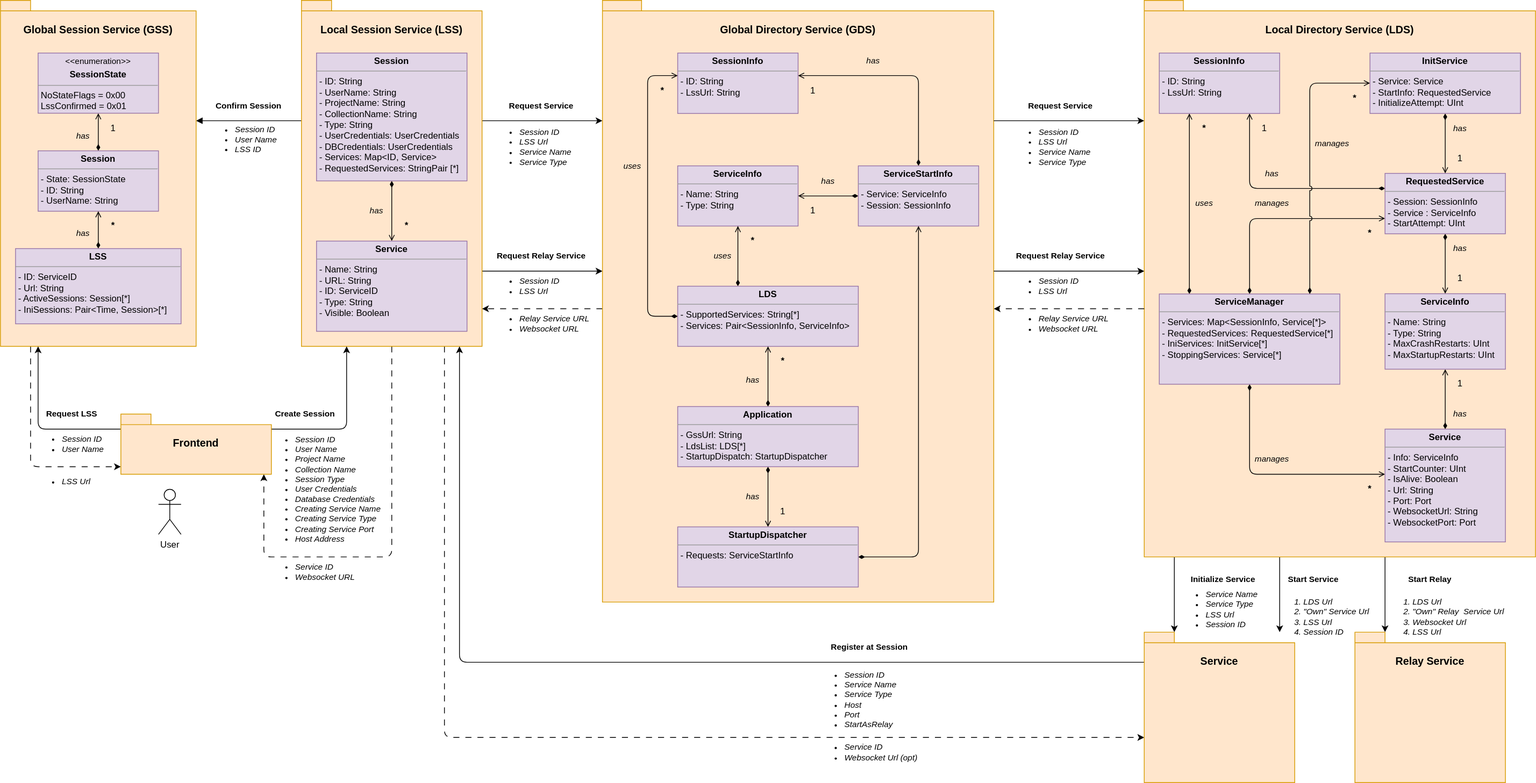
Earlier version of the draw.io export Documentation/Developer/general_concepts/images/service_information_overview.svg (OT-OpenTwin/OpenTwin). Source tidied: cells renumbered, new cells last; positions are measured from the earlier drawing's top-left corner, leaving out a move shared by most shapes.
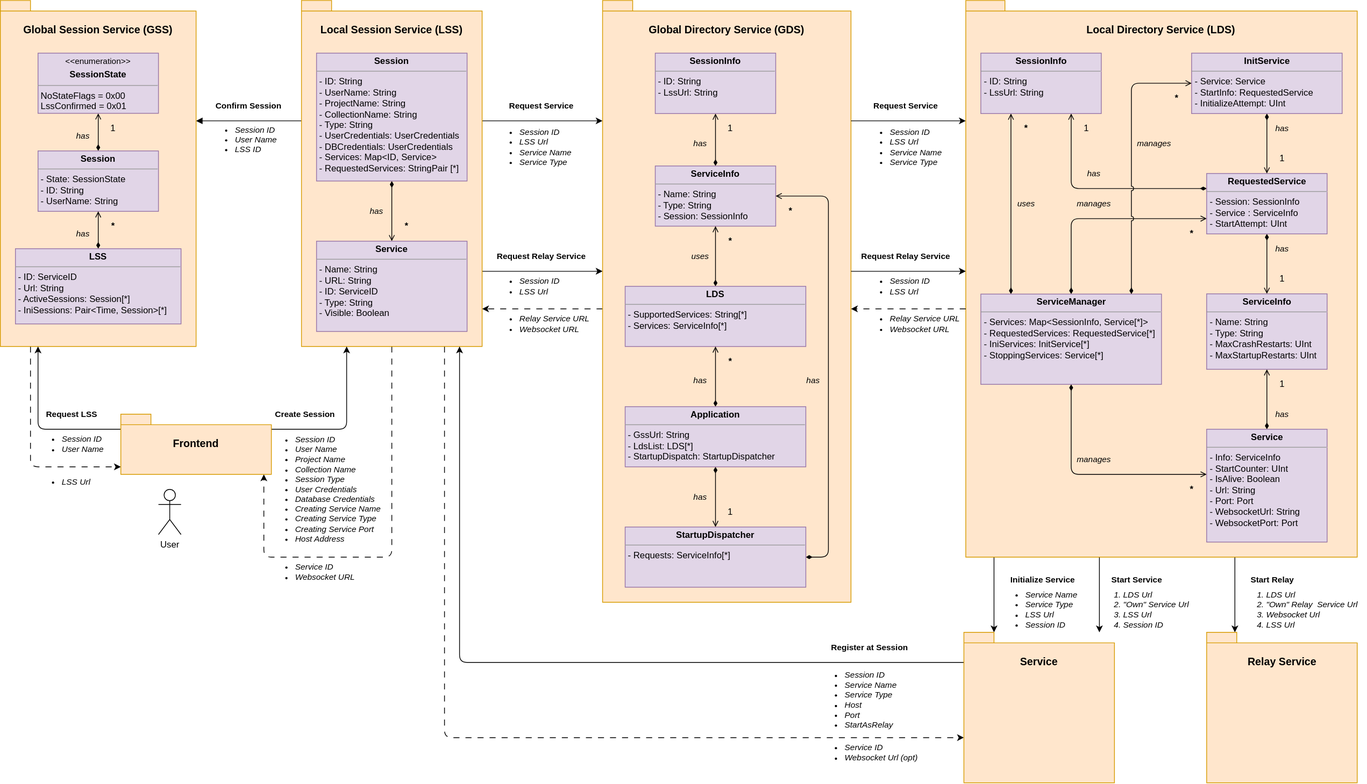
Above is the later version.

The edit, as a diff of the source:
```diff
@@ -64,4 +64,4 @@
         <Array as="points">
-          <mxPoint x="1840" y="790" />
-          <mxPoint x="1840" y="790" />
+          <mxPoint x="1640" y="780" />
+          <mxPoint x="1640" y="780" />
         </Array>
@@ -72,4 +72,4 @@
         <Array as="points">
-          <mxPoint x="1700" y="790" />
-          <mxPoint x="1700" y="790" />
+          <mxPoint x="1460" y="790" />
+          <mxPoint x="1460" y="790" />
         </Array>
@@ -80,4 +80,4 @@
         <Array as="points">
-          <mxPoint x="1560" y="760" />
-          <mxPoint x="1560" y="760" />
+          <mxPoint x="1320" y="810" />
+          <mxPoint x="1320" y="810" />
         </Array>
@@ -86,3 +86,3 @@
     <mxCell id="16" value="&lt;h3&gt;Local Directory Service (LDS)&lt;/h3&gt;" style="shape=folder;fontStyle=1;spacingTop=10;tabWidth=40;tabHeight=14;tabPosition=left;html=1;whiteSpace=wrap;fillColor=#ffe6cc;strokeColor=#d79b00;align=center;verticalAlign=top;" parent="1" vertex="1">
-      <mxGeometry x="1520" width="520" height="740" as="geometry" />
+      <mxGeometry x="1282.5" width="520" height="740" as="geometry" />
     </mxCell>
@@ -245,23 +245,13 @@
     <mxCell id="59" value="&lt;h3&gt;Global Directory Service (GDS)&lt;/h3&gt;" style="shape=folder;fontStyle=1;spacingTop=10;tabWidth=40;tabHeight=14;tabPosition=left;html=1;whiteSpace=wrap;fillColor=#ffe6cc;strokeColor=#d79b00;align=center;verticalAlign=top;" parent="1" vertex="1">
-      <mxGeometry x="800" width="520" height="800" as="geometry" />
+      <mxGeometry x="800" width="330" height="800" as="geometry" />
     </mxCell>
+    <mxCell id="122" style="edgeStyle=orthogonalEdgeStyle;rounded=0;jettySize=auto;html=1;endArrow=open;endFill=0;startArrow=diamondThin;startFill=1;" parent="59" edge="1" source="60" target="61">
+      <mxGeometry relative="1" as="geometry" />
+    </mxCell>
-    <mxCell id="60" value="&lt;p style=&quot;margin:0px;margin-top:4px;text-align:center;&quot;&gt;&lt;b&gt;ServiceInfo&lt;/b&gt;&lt;/p&gt;&lt;hr size=&quot;1&quot;&gt;&lt;p style=&quot;margin:0px;margin-left:4px;&quot;&gt;- Name: String&lt;/p&gt;&lt;p style=&quot;margin:0px;margin-left:4px;&quot;&gt;- Type: String&lt;/p&gt;" style="verticalAlign=top;align=left;overflow=fill;fontSize=12;fontFamily=Helvetica;html=1;fillColor=#e1d5e7;strokeColor=#9673a6;" parent="59" vertex="1">
-      <mxGeometry x="100" y="220" width="160" height="80" as="geometry" />
+    <mxCell id="60" value="&lt;p style=&quot;margin:0px;margin-top:4px;text-align:center;&quot;&gt;&lt;b&gt;ServiceInfo&lt;/b&gt;&lt;/p&gt;&lt;hr size=&quot;1&quot;&gt;&lt;p style=&quot;margin:0px;margin-left:4px;&quot;&gt;- Name: String&lt;/p&gt;&lt;p style=&quot;margin:0px;margin-left:4px;&quot;&gt;- Type: String&lt;/p&gt;&lt;p style=&quot;margin:0px;margin-left:4px;&quot;&gt;- Session: SessionInfo&lt;/p&gt;" style="verticalAlign=top;align=left;overflow=fill;fontSize=12;fontFamily=Helvetica;html=1;fillColor=#e1d5e7;strokeColor=#9673a6;" parent="59" vertex="1">
+      <mxGeometry x="70" y="220" width="160" height="80" as="geometry" />
     </mxCell>
     <mxCell id="61" value="&lt;p style=&quot;margin:0px;margin-top:4px;text-align:center;&quot;&gt;&lt;b&gt;SessionInfo&lt;/b&gt;&lt;/p&gt;&lt;hr size=&quot;1&quot;&gt;&lt;p style=&quot;margin:0px;margin-left:4px;&quot;&gt;- ID: String&lt;/p&gt;&lt;p style=&quot;margin:0px;margin-left:4px;&quot;&gt;- Lss&lt;span style=&quot;background-color: transparent; color: light-dark(rgb(0, 0, 0), rgb(255, 255, 255));&quot;&gt;Url: String&lt;/span&gt;&lt;/p&gt;" style="verticalAlign=top;align=left;overflow=fill;fontSize=12;fontFamily=Helvetica;html=1;fillColor=#e1d5e7;strokeColor=#9673a6;" parent="59" vertex="1">
-      <mxGeometry x="100" y="70" width="160" height="80.3" as="geometry" />
+      <mxGeometry x="70" y="70" width="160" height="80.3" as="geometry" />
     </mxCell>
-    <mxCell id="62" style="edgeStyle=orthogonalEdgeStyle;rounded=1;jettySize=auto;html=1;curved=0;endArrow=open;endFill=0;startArrow=diamondThin;startFill=1;" parent="59" edge="1" source="64" target="61">
-      <mxGeometry relative="1" as="geometry">
-        <Array as="points">
-          <mxPoint x="420" y="100" />
-        </Array>
-      </mxGeometry>
-    </mxCell>
-    <mxCell id="63" style="edgeStyle=orthogonalEdgeStyle;rounded=0;jettySize=auto;html=1;endArrow=open;endFill=0;startArrow=diamondThin;startFill=1;" parent="59" edge="1" source="64" target="60">
-      <mxGeometry relative="1" as="geometry" />
-    </mxCell>
-    <mxCell id="64" value="&lt;p style=&quot;margin:0px;margin-top:4px;text-align:center;&quot;&gt;&lt;b&gt;ServiceStartInfo&lt;/b&gt;&lt;/p&gt;&lt;hr size=&quot;1&quot;&gt;&lt;p style=&quot;margin:0px;margin-left:4px;&quot;&gt;- Service: ServiceInfo&lt;/p&gt;&lt;p style=&quot;margin:0px;margin-left:4px;&quot;&gt;- Session: SessionInfo&lt;/p&gt;" style="verticalAlign=top;align=left;overflow=fill;fontSize=12;fontFamily=Helvetica;html=1;fillColor=#e1d5e7;strokeColor=#9673a6;" parent="59" vertex="1">
-      <mxGeometry x="340" y="220" width="160" height="80" as="geometry" />
-    </mxCell>
     <mxCell id="65" style="edgeStyle=orthogonalEdgeStyle;rounded=0;jettySize=auto;html=1;endArrow=open;endFill=0;startArrow=diamondThin;startFill=1;" parent="59" edge="1" source="67" target="60">
@@ -269,4 +259,4 @@
         <Array as="points">
-          <mxPoint x="180" y="360" />
-          <mxPoint x="180" y="360" />
+          <mxPoint x="150" y="340" />
+          <mxPoint x="150" y="340" />
         </Array>
@@ -274,12 +264,4 @@
     </mxCell>
-    <mxCell id="66" style="edgeStyle=orthogonalEdgeStyle;rounded=1;jettySize=auto;html=1;curved=0;endArrow=open;endFill=0;startArrow=diamondThin;startFill=1;" parent="59" edge="1" source="67" target="61">
-      <mxGeometry relative="1" as="geometry">
-        <Array as="points">
-          <mxPoint x="60" y="420" />
-          <mxPoint x="60" y="100" />
-        </Array>
-      </mxGeometry>
-    </mxCell>
-    <mxCell id="67" value="&lt;p style=&quot;margin:0px;margin-top:4px;text-align:center;&quot;&gt;&lt;b&gt;LDS&lt;/b&gt;&lt;/p&gt;&lt;hr size=&quot;1&quot;&gt;&lt;p style=&quot;margin:0px;margin-left:4px;&quot;&gt;- SupportedServices: String[*]&lt;/p&gt;&lt;p style=&quot;margin:0px;margin-left:4px;&quot;&gt;- Services: Pair&amp;lt;SessionInfo, ServiceInfo&amp;gt;&lt;/p&gt;" style="verticalAlign=top;align=left;overflow=fill;fontSize=12;fontFamily=Helvetica;html=1;fillColor=#e1d5e7;strokeColor=#9673a6;" parent="59" vertex="1">
-      <mxGeometry x="100" y="380" width="240" height="80" as="geometry" />
+    <mxCell id="67" value="&lt;p style=&quot;margin:0px;margin-top:4px;text-align:center;&quot;&gt;&lt;b&gt;LDS&lt;/b&gt;&lt;/p&gt;&lt;hr size=&quot;1&quot;&gt;&lt;p style=&quot;margin:0px;margin-left:4px;&quot;&gt;- SupportedServices: String[*]&lt;/p&gt;&lt;p style=&quot;margin:0px;margin-left:4px;&quot;&gt;- Services: ServiceInfo[*]&lt;/p&gt;" style="verticalAlign=top;align=left;overflow=fill;fontSize=12;fontFamily=Helvetica;html=1;fillColor=#e1d5e7;strokeColor=#9673a6;" parent="59" vertex="1">
+      <mxGeometry x="30" y="380" width="240" height="80" as="geometry" />
     </mxCell>
@@ -292,8 +274,9 @@
     <mxCell id="70" value="&lt;p style=&quot;margin:0px;margin-top:4px;text-align:center;&quot;&gt;&lt;b&gt;Application&lt;/b&gt;&lt;/p&gt;&lt;hr size=&quot;1&quot;&gt;&lt;p style=&quot;margin:0px;margin-left:4px;&quot;&gt;- GssUrl: String&lt;/p&gt;&lt;p style=&quot;margin:0px;margin-left:4px;&quot;&gt;- LdsList: LDS[*]&lt;/p&gt;&lt;p style=&quot;margin:0px;margin-left:4px;&quot;&gt;- StartupDispatch: StartupDispatcher&lt;/p&gt;" style="verticalAlign=top;align=left;overflow=fill;fontSize=12;fontFamily=Helvetica;html=1;fillColor=#e1d5e7;strokeColor=#9673a6;" parent="59" vertex="1">
-      <mxGeometry x="100" y="540" width="240" height="80" as="geometry" />
+      <mxGeometry x="30" y="540" width="240" height="80" as="geometry" />
     </mxCell>
-    <mxCell id="71" style="edgeStyle=orthogonalEdgeStyle;rounded=1;jettySize=auto;html=1;curved=0;endArrow=open;endFill=0;startArrow=diamondThin;startFill=1;" parent="59" edge="1" source="72" target="64">
+    <mxCell id="71" style="edgeStyle=orthogonalEdgeStyle;rounded=1;jettySize=auto;html=1;curved=0;endArrow=open;endFill=0;startArrow=diamondThin;startFill=1;" parent="59" edge="1" source="72" target="60">
       <mxGeometry relative="1" as="geometry">
         <Array as="points">
-          <mxPoint x="420" y="740" />
+          <mxPoint x="300" y="740" />
+          <mxPoint x="300" y="260" />
         </Array>
@@ -301,41 +284,35 @@
     </mxCell>
-    <mxCell id="72" value="&lt;p style=&quot;margin:0px;margin-top:4px;text-align:center;&quot;&gt;&lt;b&gt;StartupDispatcher&lt;/b&gt;&lt;/p&gt;&lt;hr size=&quot;1&quot;&gt;&lt;p style=&quot;margin:0px;margin-left:4px;&quot;&gt;- Requests: ServiceStartInfo&lt;/p&gt;" style="verticalAlign=top;align=left;overflow=fill;fontSize=12;fontFamily=Helvetica;html=1;fillColor=#e1d5e7;strokeColor=#9673a6;" parent="59" vertex="1">
-      <mxGeometry x="100" y="700" width="240" height="80" as="geometry" />
+    <mxCell id="72" value="&lt;p style=&quot;margin:0px;margin-top:4px;text-align:center;&quot;&gt;&lt;b&gt;StartupDispatcher&lt;/b&gt;&lt;/p&gt;&lt;hr size=&quot;1&quot;&gt;&lt;p style=&quot;margin:0px;margin-left:4px;&quot;&gt;- Requests: ServiceInfo[*]&lt;/p&gt;" style="verticalAlign=top;align=left;overflow=fill;fontSize=12;fontFamily=Helvetica;html=1;fillColor=#e1d5e7;strokeColor=#9673a6;" parent="59" vertex="1">
+      <mxGeometry x="30" y="700" width="240" height="80" as="geometry" />
     </mxCell>
     <mxCell id="73" value="has" style="text;html=1;align=center;verticalAlign=middle;whiteSpace=wrap;rounded=0;fontStyle=2;fontSize=11;" parent="59" vertex="1">
-      <mxGeometry x="180" y="640" width="40" height="40" as="geometry" />
+      <mxGeometry x="110" y="640" width="40" height="40" as="geometry" />
     </mxCell>
     <mxCell id="74" value="1" style="text;html=1;align=center;verticalAlign=middle;whiteSpace=wrap;rounded=0;" parent="59" vertex="1">
-      <mxGeometry x="220" y="660" width="40" height="40" as="geometry" />
+      <mxGeometry x="150" y="660" width="40" height="40" as="geometry" />
     </mxCell>
     <mxCell id="75" value="*" style="text;html=1;align=center;verticalAlign=middle;whiteSpace=wrap;rounded=0;fontStyle=1;" parent="59" vertex="1">
-      <mxGeometry x="220" y="460" width="40" height="40" as="geometry" />
+      <mxGeometry x="150" y="460" width="40" height="40" as="geometry" />
     </mxCell>
     <mxCell id="76" value="has" style="text;html=1;align=center;verticalAlign=middle;whiteSpace=wrap;rounded=0;fontStyle=2;fontSize=11;" parent="59" vertex="1">
-      <mxGeometry x="180" y="484.5" width="40" height="40" as="geometry" />
+      <mxGeometry x="110" y="484.5" width="40" height="40" as="geometry" />
     </mxCell>
     <mxCell id="77" value="uses" style="text;html=1;align=center;verticalAlign=middle;whiteSpace=wrap;rounded=0;fontStyle=2;fontSize=11;" parent="59" vertex="1">
-      <mxGeometry x="140" y="320" width="40" height="40" as="geometry" />
+      <mxGeometry x="110" y="320" width="40" height="40" as="geometry" />
     </mxCell>
     <mxCell id="78" value="*" style="text;html=1;align=center;verticalAlign=middle;whiteSpace=wrap;rounded=0;fontStyle=1;" parent="59" vertex="1">
-      <mxGeometry x="180" y="300" width="40" height="40" as="geometry" />
+      <mxGeometry x="150" y="300" width="40" height="40" as="geometry" />
     </mxCell>
-    <mxCell id="79" value="uses" style="text;html=1;align=center;verticalAlign=middle;whiteSpace=wrap;rounded=0;fontStyle=2;fontSize=11;" parent="59" vertex="1">
-      <mxGeometry x="20" y="200" width="40" height="40" as="geometry" />
-    </mxCell>
+    <mxCell id="82" value="has" style="text;html=1;align=center;verticalAlign=middle;whiteSpace=wrap;rounded=0;fontStyle=2;fontSize=11;" parent="59" vertex="1">
+      <mxGeometry x="110" y="170" width="40" height="40" as="geometry" />
+    </mxCell>
+    <mxCell id="123" value="1" style="text;html=1;align=center;verticalAlign=middle;whiteSpace=wrap;rounded=0;" parent="59" vertex="1">
+      <mxGeometry x="150" y="150.3" width="40" height="40" as="geometry" />
+    </mxCell>
     <mxCell id="80" value="*" style="text;html=1;align=center;verticalAlign=middle;whiteSpace=wrap;rounded=0;fontStyle=1;" parent="59" vertex="1">
-      <mxGeometry x="60" y="100.3" width="40" height="40" as="geometry" />
+      <mxGeometry x="230" y="260" width="40" height="40" as="geometry" />
     </mxCell>
     <mxCell id="81" value="has" style="text;html=1;align=center;verticalAlign=middle;whiteSpace=wrap;rounded=0;fontStyle=2;fontSize=11;" parent="59" vertex="1">
-      <mxGeometry x="280" y="220" width="40" height="40" as="geometry" />
+      <mxGeometry x="260" y="484.5" width="40" height="40" as="geometry" />
     </mxCell>
-    <mxCell id="82" value="has" style="text;html=1;align=center;verticalAlign=middle;whiteSpace=wrap;rounded=0;fontStyle=2;fontSize=11;" parent="59" vertex="1">
-      <mxGeometry x="340" y="60.3" width="40" height="40" as="geometry" />
-    </mxCell>
-    <mxCell id="83" value="1" style="text;html=1;align=center;verticalAlign=middle;whiteSpace=wrap;rounded=0;" parent="59" vertex="1">
-      <mxGeometry x="260" y="260" width="40" height="40" as="geometry" />
-    </mxCell>
-    <mxCell id="84" value="1" style="text;html=1;align=center;verticalAlign=middle;whiteSpace=wrap;rounded=0;" parent="59" vertex="1">
-      <mxGeometry x="260" y="100" width="40" height="40" as="geometry" />
-    </mxCell>
     <mxCell id="85" style="edgeStyle=orthogonalEdgeStyle;rounded=1;jettySize=auto;html=1;curved=0;" parent="1" edge="1" source="87" target="48">
@@ -404,3 +381,3 @@
     <mxCell id="102" value="&lt;h3&gt;Service&lt;/h3&gt;" style="shape=folder;fontStyle=1;spacingTop=10;tabWidth=40;tabHeight=14;tabPosition=left;html=1;whiteSpace=wrap;fillColor=#ffe6cc;strokeColor=#d79b00;align=center;verticalAlign=top;" parent="1" vertex="1">
-      <mxGeometry x="1520" y="840" width="200" height="200" as="geometry" />
+      <mxGeometry x="1280" y="840" width="200" height="200" as="geometry" />
     </mxCell>
@@ -409,4 +386,4 @@
         <Array as="points">
-          <mxPoint x="1350" y="160" />
-          <mxPoint x="1350" y="160" />
+          <mxPoint x="1220" y="160" />
+          <mxPoint x="1220" y="160" />
         </Array>
@@ -417,4 +394,4 @@
         <Array as="points">
-          <mxPoint x="1370" y="360" />
-          <mxPoint x="1370" y="360" />
+          <mxPoint x="1200" y="360" />
+          <mxPoint x="1200" y="360" />
         </Array>
@@ -425,4 +402,4 @@
         <Array as="points">
-          <mxPoint x="1370" y="410" />
-          <mxPoint x="1370" y="410" />
+          <mxPoint x="1190" y="410" />
+          <mxPoint x="1190" y="410" />
         </Array>
@@ -431,18 +408,18 @@
     <mxCell id="106" value="Request Service" style="text;html=1;align=center;verticalAlign=middle;whiteSpace=wrap;rounded=0;fontStyle=1;fontSize=11;" parent="1" vertex="1">
-      <mxGeometry x="1363.8" y="120" width="90" height="40" as="geometry" />
+      <mxGeometry x="1157.8" y="120" width="90" height="40" as="geometry" />
     </mxCell>
     <mxCell id="107" value="&lt;ul&gt;&lt;li&gt;Session ID&lt;/li&gt;&lt;li style=&quot;&quot;&gt;LSS Url&lt;/li&gt;&lt;li style=&quot;&quot;&gt;Service Name&lt;/li&gt;&lt;li style=&quot;&quot;&gt;Service Type&lt;/li&gt;&lt;/ul&gt;" style="text;html=1;align=left;verticalAlign=middle;whiteSpace=wrap;rounded=0;fontStyle=2;fontSize=11;" parent="1" vertex="1">
-      <mxGeometry x="1337.5" y="160" width="115" height="70" as="geometry" />
+      <mxGeometry x="1140" y="160" width="115" height="70" as="geometry" />
     </mxCell>
     <mxCell id="108" value="Request Relay Service" style="text;html=1;align=center;verticalAlign=middle;whiteSpace=wrap;rounded=0;fontStyle=1;fontSize=11;" parent="1" vertex="1">
-      <mxGeometry x="1346" y="320" width="125.5" height="40" as="geometry" />
+      <mxGeometry x="1140" y="320" width="125.5" height="40" as="geometry" />
     </mxCell>
     <mxCell id="109" value="&lt;ul&gt;&lt;li&gt;Session ID&lt;/li&gt;&lt;li style=&quot;&quot;&gt;LSS Url&lt;/li&gt;&lt;/ul&gt;" style="text;html=1;align=left;verticalAlign=middle;whiteSpace=wrap;rounded=0;fontStyle=2;fontSize=11;" parent="1" vertex="1">
-      <mxGeometry x="1337.5" y="360" width="115" height="40" as="geometry" />
+      <mxGeometry x="1140" y="360" width="115" height="40" as="geometry" />
     </mxCell>
     <mxCell id="110" value="&lt;ul&gt;&lt;li&gt;Relay Service URL&lt;/li&gt;&lt;li&gt;Websocket URL&lt;/li&gt;&lt;/ul&gt;" style="text;html=1;align=left;verticalAlign=middle;whiteSpace=wrap;rounded=0;fontStyle=2;fontSize=11;" parent="1" vertex="1">
-      <mxGeometry x="1337.5" y="410" width="142.5" height="40" as="geometry" />
+      <mxGeometry x="1140" y="410" width="142.5" height="40" as="geometry" />
     </mxCell>
     <mxCell id="111" value="&lt;h3&gt;Relay Service&lt;/h3&gt;" style="shape=folder;fontStyle=1;spacingTop=10;tabWidth=40;tabHeight=14;tabPosition=left;html=1;whiteSpace=wrap;fillColor=#ffe6cc;strokeColor=#d79b00;align=center;verticalAlign=top;" parent="1" vertex="1">
-      <mxGeometry x="1800" y="840" width="200" height="200" as="geometry" />
+      <mxGeometry x="1602.5" y="840" width="200" height="200" as="geometry" />
     </mxCell>
@@ -452,18 +429,18 @@
     <mxCell id="113" value="Start Relay" style="text;html=1;align=center;verticalAlign=middle;whiteSpace=wrap;rounded=0;fontStyle=1;fontSize=11;" parent="1" vertex="1">
-      <mxGeometry x="1835" y="750" width="130" height="40" as="geometry" />
+      <mxGeometry x="1640" y="750" width="100" height="40" as="geometry" />
     </mxCell>
     <mxCell id="114" value="&lt;ol&gt;&lt;li&gt;LDS Url&lt;/li&gt;&lt;li&gt;&quot;Own&quot; Relay&amp;nbsp; Service Url&lt;/li&gt;&lt;li&gt;Websocket Url&lt;/li&gt;&lt;li&gt;LSS Url&lt;/li&gt;&lt;/ol&gt;" style="text;html=1;align=left;verticalAlign=middle;whiteSpace=wrap;rounded=0;fontStyle=2;fontSize=11;" parent="1" vertex="1">
-      <mxGeometry x="1835" y="790" width="174.8" height="60" as="geometry" />
+      <mxGeometry x="1640" y="780" width="174.8" height="60" as="geometry" />
     </mxCell>
     <mxCell id="115" value="Start Service" style="text;html=1;align=center;verticalAlign=middle;whiteSpace=wrap;rounded=0;fontStyle=1;fontSize=11;" parent="1" vertex="1">
-      <mxGeometry x="1680" y="750" width="130" height="40" as="geometry" />
+      <mxGeometry x="1460" y="750" width="100" height="40" as="geometry" />
     </mxCell>
     <mxCell id="116" value="&lt;ol&gt;&lt;li&gt;LDS Url&lt;/li&gt;&lt;li&gt;&quot;Own&quot; Service Url&lt;/li&gt;&lt;li&gt;LSS Url&lt;/li&gt;&lt;li&gt;Session ID&lt;/li&gt;&lt;/ol&gt;" style="text;html=1;align=left;verticalAlign=middle;whiteSpace=wrap;rounded=0;fontStyle=2;fontSize=11;" parent="1" vertex="1">
-      <mxGeometry x="1690" y="790" width="132.5" height="60" as="geometry" />
+      <mxGeometry x="1450" y="780" width="132.5" height="60" as="geometry" />
     </mxCell>
     <mxCell id="117" value="Initialize Service" style="text;html=1;align=center;verticalAlign=middle;whiteSpace=wrap;rounded=0;fontStyle=1;fontSize=11;" parent="1" vertex="1">
-      <mxGeometry x="1560" y="750" width="130" height="40" as="geometry" />
+      <mxGeometry x="1320" y="750" width="130" height="40" as="geometry" />
     </mxCell>
     <mxCell id="118" value="&lt;ul&gt;&lt;li&gt;Service Name&lt;/li&gt;&lt;li&gt;Service Type&lt;/li&gt;&lt;li&gt;LSS Url&lt;/li&gt;&lt;li&gt;Session ID&lt;/li&gt;&lt;/ul&gt;" style="text;html=1;align=left;verticalAlign=middle;whiteSpace=wrap;rounded=0;fontStyle=2;fontSize=11;" parent="1" vertex="1">
-      <mxGeometry x="1560" y="790" width="115" height="40" as="geometry" />
+      <mxGeometry x="1320" y="790" width="115" height="40" as="geometry" />
     </mxCell>
```
